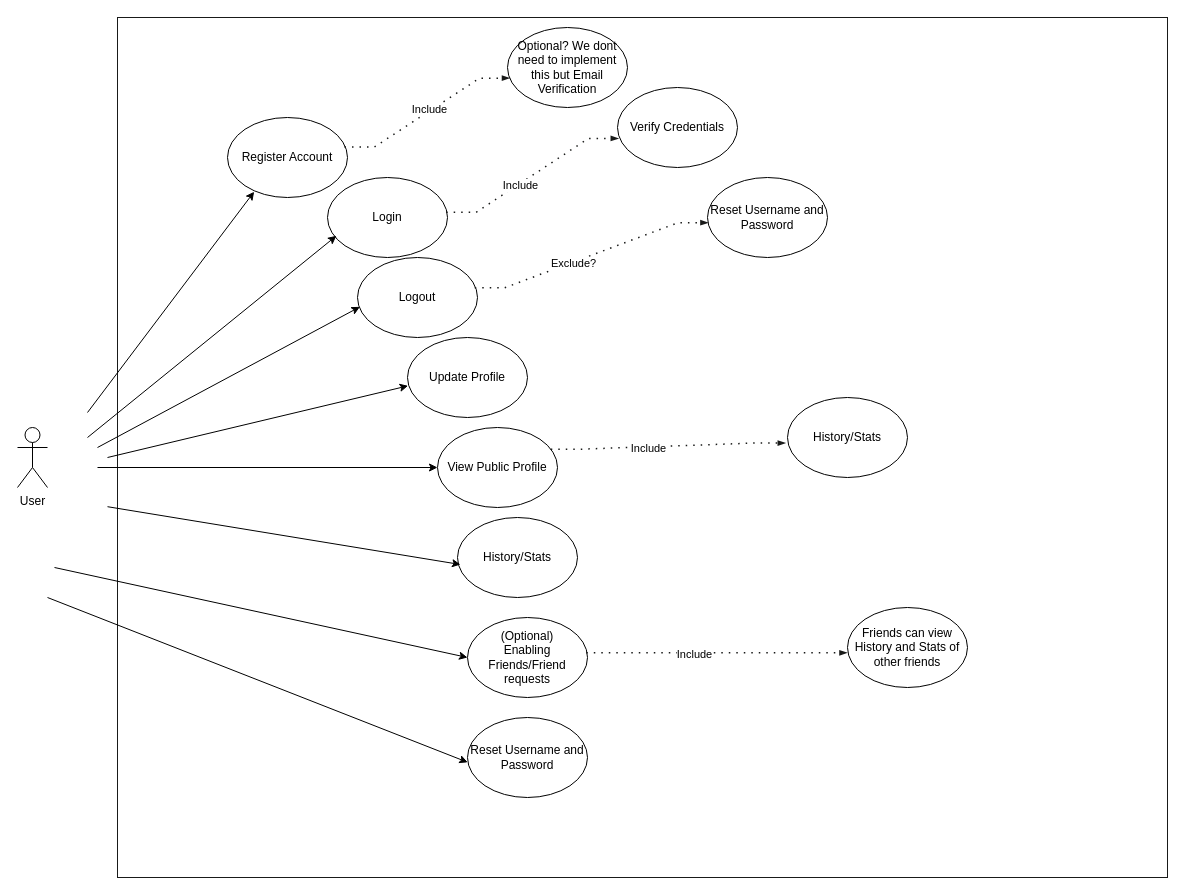
This is src/ca/ucalgary/seng300/Authentication/Authentication_use_case_diagram.drawio from aeMyst/Minigame-Portal, a draw.io file, before an edit. Source tidied: cells renumbered, new cells numbered last; positions are measured from the earlier drawing's top-left corner, leaving out a move shared by most shapes. Both pictures are drawn from the tidied source at 100%, with x=0, y=0 at pixel (17, 17).
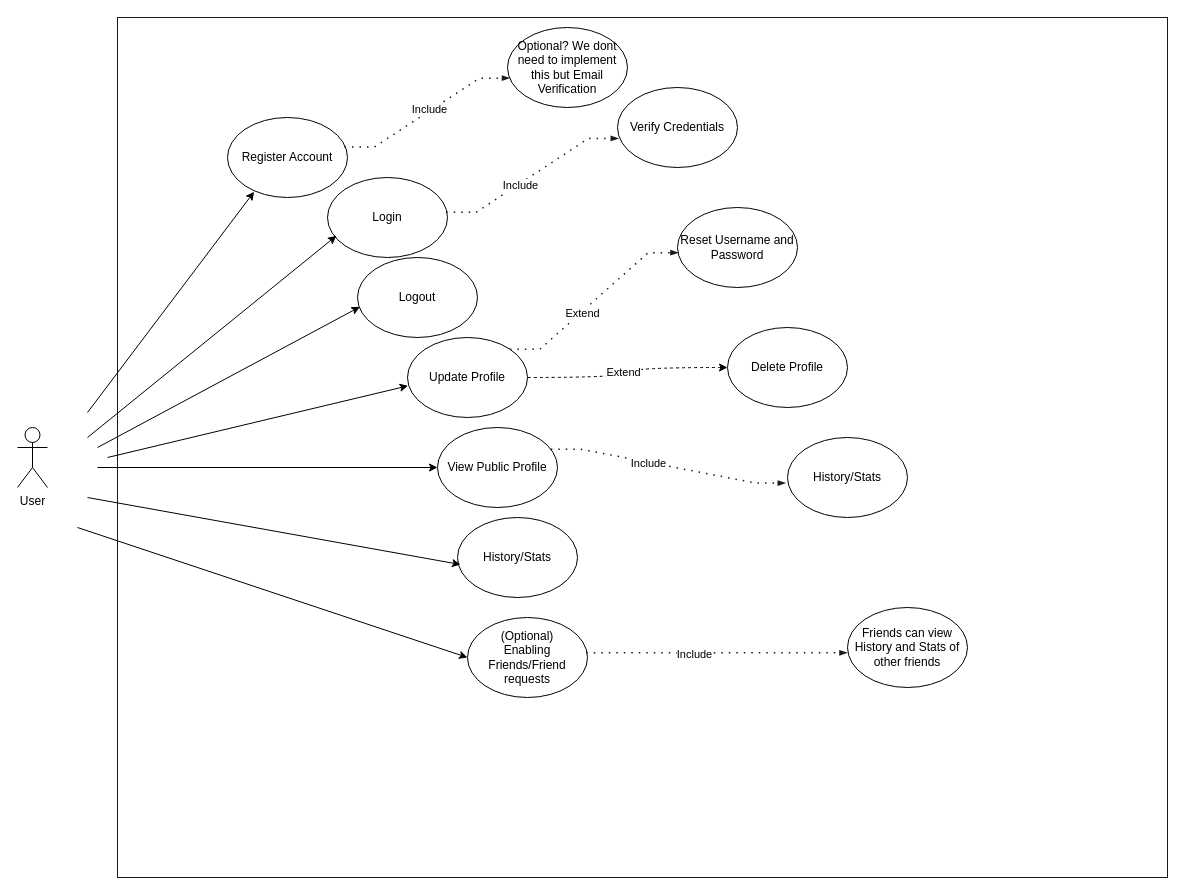
The same page after the edit.

Unchanged cells that the change refers to:
```xml
<mxCell id="6" value="Logout" style="ellipse;whiteSpace=wrap;html=1;" parent="1" vertex="1">
  <mxGeometry x="340" y="240" width="120" height="80" as="geometry" />
</mxCell>
<mxCell id="7" value="Update Profile" style="ellipse;whiteSpace=wrap;html=1;" parent="1" vertex="1">
  <mxGeometry x="390" y="320" width="120" height="80" as="geometry" />
</mxCell>
<mxCell id="9" value="History/Stats" style="ellipse;whiteSpace=wrap;html=1;" parent="1" vertex="1">
  <mxGeometry x="440" y="500" width="120" height="80" as="geometry" />
</mxCell>
<mxCell id="12" value="(Optional)&lt;br&gt;Enabling Friends/Friend requests" style="ellipse;whiteSpace=wrap;html=1;" parent="1" vertex="1">
  <mxGeometry x="450" y="600" width="120" height="80" as="geometry" />
</mxCell>
```

Diff of the diagram source:
```diff
@@
+    <mxCell id="35" style="edgeStyle=orthogonalEdgeStyle;rounded=0;jettySize=auto;html=1;exitX=1;exitY=0.5;exitDx=0;exitDy=0;entryX=0;entryY=0.5;entryDx=0;entryDy=0;curved=1;dashed=1;" parent="1" edge="1" source="7" target="37">
+      <mxGeometry relative="1" as="geometry" />
+    </mxCell>
+    <mxCell id="36" value="Extend" style="edgeLabel;html=1;align=center;verticalAlign=middle;" parent="35" vertex="1">
+      <mxGeometry y="5" relative="1" as="geometry">
+        <mxPoint y="-1" as="offset" />
+      </mxGeometry>
+    </mxCell>
@@
     <mxCell id="13" value="History/Stats" style="ellipse;whiteSpace=wrap;html=1;" parent="1" vertex="1">
-      <mxGeometry x="770" y="380" width="120" height="80" as="geometry" />
+      <mxGeometry x="770" y="420" width="120" height="80" as="geometry" />
     </mxCell>
@@
     <mxCell id="19" style="endArrow=classic;html=1;rounded=0;entryX=0.025;entryY=0.588;entryDx=0;entryDy=0;entryPerimeter=0;" parent="1" edge="1" target="9">
       <mxGeometry relative="1" as="geometry">
-        <mxPoint x="90" y="489.2" as="sourcePoint" />
+        <mxPoint x="70" y="480" as="sourcePoint" />
       </mxGeometry>
     </mxCell>
     <mxCell id="20" style="endArrow=classic;html=1;rounded=0;entryX=0;entryY=0.5;entryDx=0;entryDy=0;" parent="1" edge="1" target="12">
       <mxGeometry relative="1" as="geometry">
-        <mxPoint x="37" y="550" as="sourcePoint" />
+        <mxPoint x="60" y="510" as="sourcePoint" />
       </mxGeometry>
     </mxCell>
@@
-    <mxCell id="30" style="endArrow=classic;html=1;rounded=0;entryX=0.002;entryY=0.56;entryDx=0;entryDy=0;entryPerimeter=0;" parent="1" edge="1" target="31">
-      <mxGeometry relative="1" as="geometry">
-        <mxPoint x="30" y="580" as="sourcePoint" />
-      </mxGeometry>
-    </mxCell>
-    <mxCell id="31" value="Reset Username and Password" style="ellipse;whiteSpace=wrap;html=1;" parent="1" vertex="1">
-      <mxGeometry x="450" y="700" width="120" height="80" as="geometry" />
-    </mxCell>
     <mxCell id="32" value="Reset Username and Password" style="ellipse;whiteSpace=wrap;html=1;" parent="1" vertex="1">
-      <mxGeometry x="690" y="160" width="120" height="80" as="geometry" />
+      <mxGeometry x="660" y="190" width="120" height="80" as="geometry" />
     </mxCell>
-    <mxCell id="33" style="endArrow=blockThin;html=1;strokeColor=#191a19;rounded=0;endFill=1;endSize=4;edgeStyle=entityRelationEdgeStyle;startArrow=none;startFill=0;startSize=4;jumpStyle=none;jumpSize=0;targetPerimeterSpacing=15;dashed=1;strokeWidth=1.5;dashPattern=1 4;entryX=0.005;entryY=0.565;entryDx=0;entryDy=0;entryPerimeter=0;exitX=0.977;exitY=0.378;exitDx=0;exitDy=0;exitPerimeter=0;" parent="1" edge="1" source="6" target="32">
+    <mxCell id="33" style="endArrow=blockThin;html=1;strokeColor=#191a19;rounded=0;endFill=1;endSize=4;edgeStyle=entityRelationEdgeStyle;startArrow=none;startFill=0;startSize=4;jumpStyle=none;jumpSize=0;targetPerimeterSpacing=15;dashed=1;strokeWidth=1.5;dashPattern=1 4;entryX=0.005;entryY=0.565;entryDx=0;entryDy=0;entryPerimeter=0;exitX=1;exitY=0;exitDx=0;exitDy=0;" parent="1" edge="1" source="7" target="32">
       <mxGeometry relative="1" as="geometry" />
     </mxCell>
-    <mxCell id="34" value="Exclude?" style="edgeLabel;html=1;align=center;verticalAlign=middle;" parent="33" vertex="1">
+    <mxCell id="34" value="Extend" style="edgeLabel;html=1;align=center;verticalAlign=middle;" parent="33" vertex="1">
       <mxGeometry x="-0.17" y="-2" relative="1" as="geometry">
         <mxPoint y="-1" as="offset" />
       </mxGeometry>
     </mxCell>
+    <mxCell id="37" value="Delete Profile" style="ellipse;whiteSpace=wrap;html=1;" parent="1" vertex="1">
+      <mxGeometry x="710" y="310" width="120" height="80" as="geometry" />
+    </mxCell>
```
